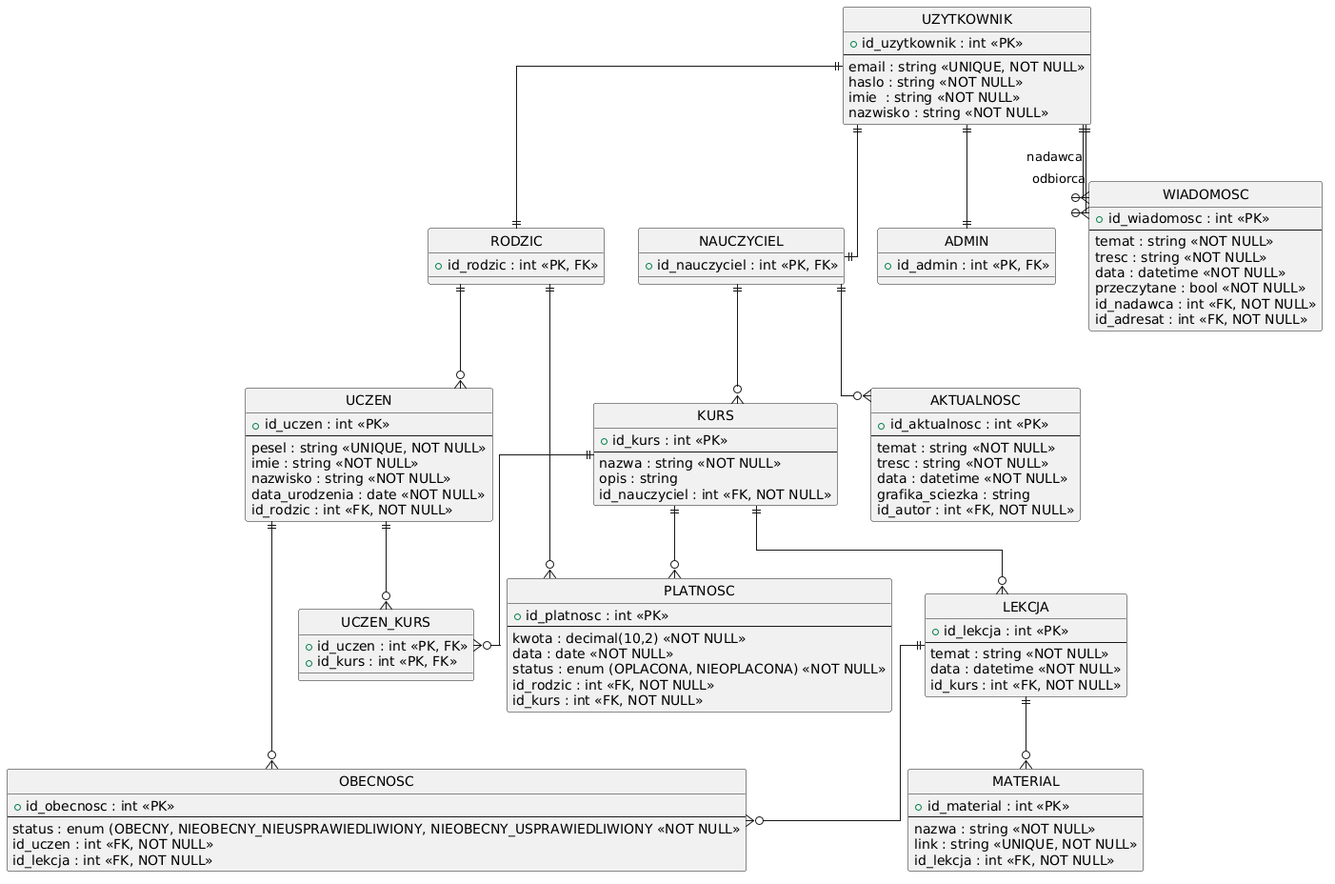
PZSP2-Platforma-Edukacyjna/platforma-edukacyjna keeps this PlantUML diagram as dokumentacja/model_ER.png. Above is the earlier version. Its diagram source:
```plantuml
@startuml
hide circle
skinparam linetype ortho
skinparam entity {
  BackgroundColor #F9F9F9
  BorderColor black
}

entity "UZYTKOWNIK" as UZYTKOWNIK {
  +id_uzytkownik : int <<PK>>
  --
  email : string <<UNIQUE, NOT NULL>>
  haslo : string <<NOT NULL>>
  imie  : string <<NOT NULL>>
  nazwisko : string <<NOT NULL>>
}

entity "RODZIC" as RODZIC {
  +id_rodzic : int <<PK, FK>>
}

entity "NAUCZYCIEL" as NAUCZYCIEL {
  +id_nauczyciel : int <<PK, FK>>
}

entity "ADMIN" as ADMIN {
  +id_admin : int <<PK, FK>>
}

entity "UCZEN" as UCZEN {
  +id_uczen : int <<PK>>
  --
  pesel : string <<UNIQUE, NOT NULL>>
  imie : string <<NOT NULL>>
  nazwisko : string <<NOT NULL>>
  data_urodzenia : date <<NOT NULL>>
  id_rodzic : int <<FK, NOT NULL>>
}

entity "KURS" as KURS {
  +id_kurs : int <<PK>>
  --
  nazwa : string <<NOT NULL>>
  opis : string
  id_nauczyciel : int <<FK, NOT NULL>>
}

entity "LEKCJA" as LEKCJA {
  +id_lekcja : int <<PK>>
  --
  temat : string <<NOT NULL>>
  data : datetime <<NOT NULL>>
  id_kurs : int <<FK, NOT NULL>>
}

entity "MATERIAL" as MATERIAL {
  +id_material : int <<PK>>
  --
  nazwa : string <<NOT NULL>>
  link : string <<UNIQUE, NOT NULL>>
  id_lekcja : int <<FK, NOT NULL>>
}

entity "OBECNOSC" as OBECNOSC {
  +id_obecnosc : int <<PK>>
  --
  status : enum (OBECNY, NIEOBECNY_NIEUSPRAWIEDLIWIONY, NIEOBECNY_USPRAWIEDLIWIONY <<NOT NULL>>
  id_uczen : int <<FK, NOT NULL>>
  id_lekcja : int <<FK, NOT NULL>>
}

entity "PLATNOSC" as PLATNOSC {
  +id_platnosc : int <<PK>>
  --
  kwota : decimal(10,2) <<NOT NULL>>
  data : date <<NOT NULL>>
  status : enum (OPLACONA, NIEOPLACONA) <<NOT NULL>>
  id_rodzic : int <<FK, NOT NULL>>
  id_kurs : int <<FK, NOT NULL>>
}

entity "WIADOMOSC" as WIADOMOSC {
  +id_wiadomosc : int <<PK>>
  --
  temat : string <<NOT NULL>>
  tresc : string <<NOT NULL>>
  data : datetime <<NOT NULL>>
  przeczytane : bool <<NOT NULL>>
  id_nadawca : int <<FK, NOT NULL>>
  id_adresat : int <<FK, NOT NULL>>
}

entity "AKTUALNOSC" as AKTUALNOSC {
  +id_aktualnosc : int <<PK>>
  --
  temat : string <<NOT NULL>>
  tresc : string <<NOT NULL>>
  data : datetime <<NOT NULL>>
  grafika_sciezka : string
  id_autor : int <<FK, NOT NULL>>
}

entity "UCZEN_KURS" as UCZEN_KURS {
  +id_uczen : int <<PK, FK>>
  +id_kurs : int <<PK, FK>>
}


UZYTKOWNIK ||--|| RODZIC
UZYTKOWNIK ||--|| NAUCZYCIEL
UZYTKOWNIK ||--|| ADMIN

RODZIC ||--o{ UCZEN

NAUCZYCIEL ||--o{ KURS

KURS ||--o{ LEKCJA

LEKCJA ||--o{ MATERIAL

UCZEN ||--o{ OBECNOSC
LEKCJA ||--o{ OBECNOSC

RODZIC ||--o{ PLATNOSC
KURS ||--o{ PLATNOSC

UCZEN ||--o{ UCZEN_KURS
KURS ||--o{ UCZEN_KURS

UZYTKOWNIK ||--o{ WIADOMOSC : nadawca
UZYTKOWNIK ||--o{ WIADOMOSC : odbiorca

NAUCZYCIEL ||--o{ AKTUALNOSC
@enduml
```
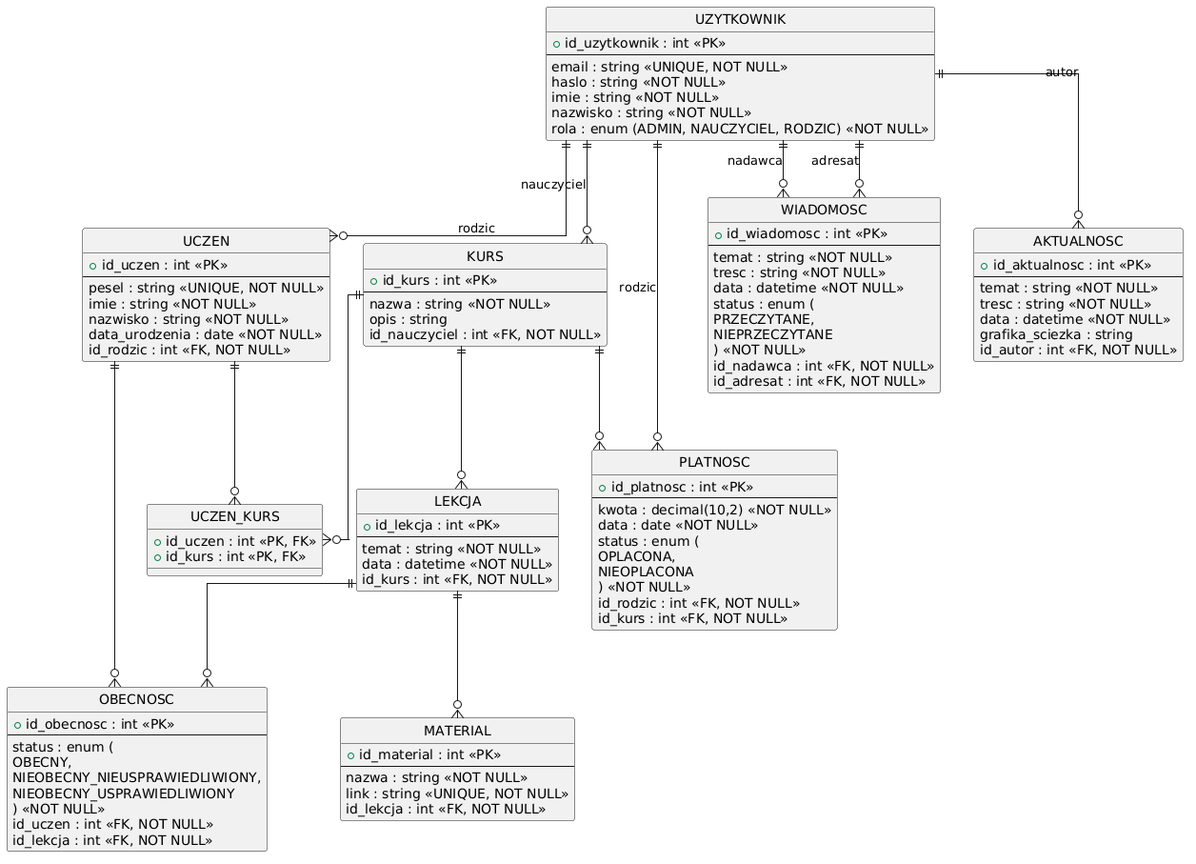
After the change.

Commit message:
updated class diagram & er model

Diff of the diagram source:
```diff
@@ -11,20 +11,9 @@
   --
   email : string <<UNIQUE, NOT NULL>>
   haslo : string <<NOT NULL>>
-  imie  : string <<NOT NULL>>
+  imie : string <<NOT NULL>>
   nazwisko : string <<NOT NULL>>
-}
-
-entity "RODZIC" as RODZIC {
-  +id_rodzic : int <<PK, FK>>
-}
-
-entity "NAUCZYCIEL" as NAUCZYCIEL {
-  +id_nauczyciel : int <<PK, FK>>
-}
-
-entity "ADMIN" as ADMIN {
-  +id_admin : int <<PK, FK>>
+  rola : enum (ADMIN, NAUCZYCIEL, RODZIC) <<NOT NULL>>
 }
 
 entity "UCZEN" as UCZEN {
@@ -64,7 +53,11 @@
 entity "OBECNOSC" as OBECNOSC {
   +id_obecnosc : int <<PK>>
   --
-  status : enum (OBECNY, NIEOBECNY_NIEUSPRAWIEDLIWIONY, NIEOBECNY_USPRAWIEDLIWIONY <<NOT NULL>>
+  status : enum (
+    OBECNY,
+    NIEOBECNY_NIEUSPRAWIEDLIWIONY,
+    NIEOBECNY_USPRAWIEDLIWIONY
+  ) <<NOT NULL>>
   id_uczen : int <<FK, NOT NULL>>
   id_lekcja : int <<FK, NOT NULL>>
 }
@@ -74,7 +67,10 @@
   --
   kwota : decimal(10,2) <<NOT NULL>>
   data : date <<NOT NULL>>
-  status : enum (OPLACONA, NIEOPLACONA) <<NOT NULL>>
+  status : enum (
+    OPLACONA,
+    NIEOPLACONA
+  ) <<NOT NULL>>
   id_rodzic : int <<FK, NOT NULL>>
   id_kurs : int <<FK, NOT NULL>>
 }
@@ -85,7 +81,10 @@
   temat : string <<NOT NULL>>
   tresc : string <<NOT NULL>>
   data : datetime <<NOT NULL>>
-  przeczytane : bool <<NOT NULL>>
+  status : enum (
+    PRZECZYTANE,
+    NIEPRZECZYTANE
+  ) <<NOT NULL>>
   id_nadawca : int <<FK, NOT NULL>>
   id_adresat : int <<FK, NOT NULL>>
 }
@@ -106,13 +105,9 @@
 }
 
 
-UZYTKOWNIK ||--|| RODZIC
-UZYTKOWNIK ||--|| NAUCZYCIEL
-UZYTKOWNIK ||--|| ADMIN
+UZYTKOWNIK ||--o{ UCZEN : rodzic
 
-RODZIC ||--o{ UCZEN
-
-NAUCZYCIEL ||--o{ KURS
+UZYTKOWNIK ||--o{ KURS : nauczyciel
 
 KURS ||--o{ LEKCJA
 
@@ -121,14 +116,14 @@
 UCZEN ||--o{ OBECNOSC
 LEKCJA ||--o{ OBECNOSC
 
-RODZIC ||--o{ PLATNOSC
+UZYTKOWNIK ||--o{ PLATNOSC : rodzic
 KURS ||--o{ PLATNOSC
 
 UCZEN ||--o{ UCZEN_KURS
 KURS ||--o{ UCZEN_KURS
 
 UZYTKOWNIK ||--o{ WIADOMOSC : nadawca
-UZYTKOWNIK ||--o{ WIADOMOSC : odbiorca
+UZYTKOWNIK ||--o{ WIADOMOSC : adresat
 
-NAUCZYCIEL ||--o{ AKTUALNOSC
+UZYTKOWNIK ||--o{ AKTUALNOSC : autor
 @enduml
```
